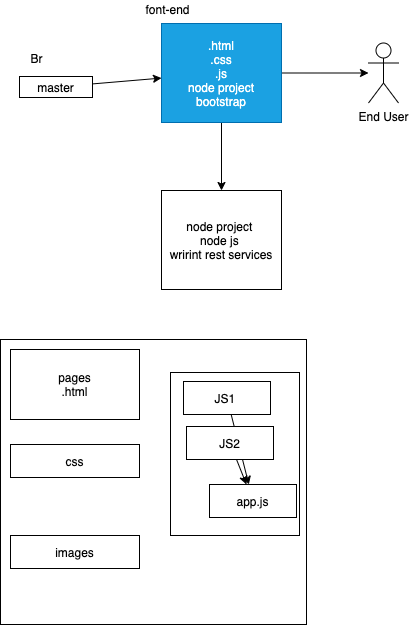
Earlier version of the draw.io export images/day2.drawio.png (adithnaveen/sapient-freshers-nodejs-dec-2021). Source tidied: cells renumbered, new cells last; positions are measured from the earlier drawing's top-left corner, leaving out a move shared by most shapes. Source of this version:
```xml
<mxGraphModel>
  <root>
    <mxCell id="0" />
    <mxCell id="1" parent="0" />
    <mxCell id="2" style="edgeStyle=none;html=1;" parent="1" edge="1" source="3" target="6">
      <mxGeometry relative="1" as="geometry" />
    </mxCell>
    <mxCell id="3" value="master" style="rounded=0;whiteSpace=wrap;html=1;" parent="1" vertex="1">
      <mxGeometry x="19" y="76" width="73" height="21" as="geometry" />
    </mxCell>
    <mxCell id="4" style="edgeStyle=none;html=1;" parent="1" edge="1" source="6" target="10">
      <mxGeometry relative="1" as="geometry" />
    </mxCell>
    <mxCell id="5" style="edgeStyle=none;html=1;entryX=0.5;entryY=0;entryDx=0;entryDy=0;" parent="1" edge="1" source="6" target="8">
      <mxGeometry relative="1" as="geometry" />
    </mxCell>
    <mxCell id="6" value=".html&lt;br&gt;.css&lt;br&gt;.js&lt;br&gt;node project&lt;br&gt;bootstrap" style="rounded=0;whiteSpace=wrap;html=1;fillColor=#1ba1e2;strokeColor=#006EAF;fontColor=#ffffff;" parent="1" vertex="1">
      <mxGeometry x="161" y="23" width="120" height="99" as="geometry" />
    </mxCell>
    <mxCell id="7" value="Br" style="text;html=1;align=center;verticalAlign=middle;strokeColor=none;" parent="1" vertex="1">
      <mxGeometry x="25" y="49" width="22" height="18" as="geometry" />
    </mxCell>
    <mxCell id="8" value="node project&amp;nbsp;&lt;br&gt;node js&amp;nbsp;&lt;br&gt;wrirint rest services" style="rounded=0;whiteSpace=wrap;html=1;" parent="1" vertex="1">
      <mxGeometry x="161" y="190" width="120" height="99" as="geometry" />
    </mxCell>
    <mxCell id="9" value="font-end" style="text;html=1;align=center;verticalAlign=middle;strokeColor=none;" parent="1" vertex="1">
      <mxGeometry x="140" width="54" height="18" as="geometry" />
    </mxCell>
    <mxCell id="10" value="End User" style="shape=umlActor;verticalLabelPosition=bottom;verticalAlign=top;html=1;outlineConnect=0;" parent="1" vertex="1">
      <mxGeometry x="368" y="42.5" width="30" height="60" as="geometry" />
    </mxCell>
    <mxCell id="11" style="rounded=0;whiteSpace=wrap;html=1;" parent="1" vertex="1">
      <mxGeometry y="339" width="306" height="285" as="geometry" />
    </mxCell>
    <mxCell id="12" value="pages&lt;br&gt;.html" style="rounded=0;whiteSpace=wrap;html=1;" parent="1" vertex="1">
      <mxGeometry x="10" y="349" width="129" height="70" as="geometry" />
    </mxCell>
    <mxCell id="13" value="css" style="rounded=0;whiteSpace=wrap;html=1;" parent="1" vertex="1">
      <mxGeometry x="10" y="444" width="129" height="33" as="geometry" />
    </mxCell>
    <mxCell id="14" style="rounded=0;whiteSpace=wrap;html=1;" parent="1" vertex="1">
      <mxGeometry x="170" y="372" width="129" height="163" as="geometry" />
    </mxCell>
    <mxCell id="15" value="images" style="rounded=0;whiteSpace=wrap;html=1;" parent="1" vertex="1">
      <mxGeometry x="10" y="535" width="129" height="33" as="geometry" />
    </mxCell>
    <mxCell id="16" style="edgeStyle=none;html=1;" parent="1" edge="1" source="17" target="20">
      <mxGeometry relative="1" as="geometry" />
    </mxCell>
    <mxCell id="17" value="JS1&amp;nbsp;" style="rounded=0;whiteSpace=wrap;html=1;" parent="1" vertex="1">
      <mxGeometry x="183" y="381" width="87" height="33" as="geometry" />
    </mxCell>
    <mxCell id="18" style="edgeStyle=none;html=1;" parent="1" edge="1" source="19" target="20">
      <mxGeometry relative="1" as="geometry" />
    </mxCell>
    <mxCell id="19" value="JS2" style="rounded=0;whiteSpace=wrap;html=1;" parent="1" vertex="1">
      <mxGeometry x="186" y="426" width="87" height="33" as="geometry" />
    </mxCell>
    <mxCell id="20" value="app.js" style="rounded=0;whiteSpace=wrap;html=1;" parent="1" vertex="1">
      <mxGeometry x="209" y="484" width="87" height="33" as="geometry" />
    </mxCell>
  </root>
</mxGraphModel>
```
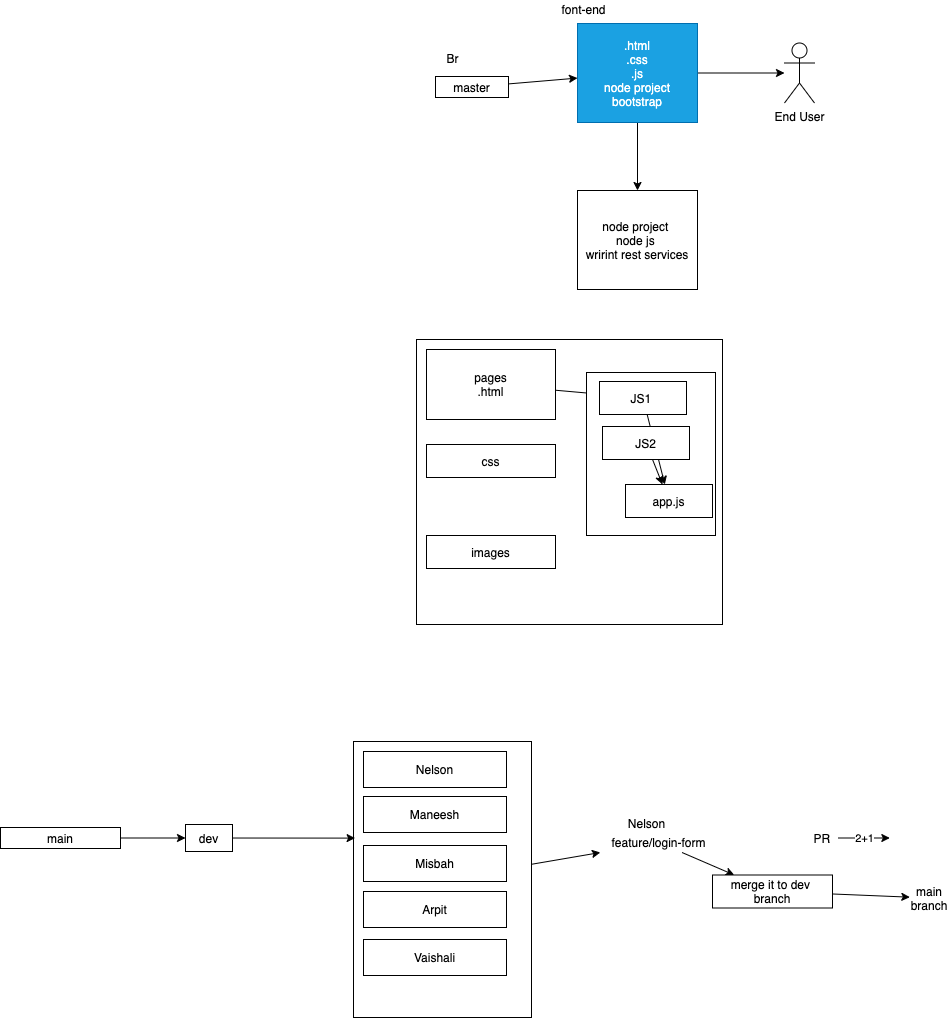
The same diagram one commit later.

Diff of the diagram source:
```diff
@@ -32,6 +32,9 @@
     <mxCell id="11" style="rounded=0;whiteSpace=wrap;html=1;" parent="1" vertex="1">
       <mxGeometry y="339" width="306" height="285" as="geometry" />
     </mxCell>
+    <mxCell id="21" style="edgeStyle=none;html=1;" parent="1" edge="1" source="12" target="17">
+      <mxGeometry relative="1" as="geometry" />
+    </mxCell>
     <mxCell id="12" value="pages&lt;br&gt;.html" style="rounded=0;whiteSpace=wrap;html=1;" parent="1" vertex="1">
       <mxGeometry x="10" y="349" width="129" height="70" as="geometry" />
     </mxCell>
@@ -59,5 +62,64 @@
     <mxCell id="20" value="app.js" style="rounded=0;whiteSpace=wrap;html=1;" parent="1" vertex="1">
       <mxGeometry x="209" y="484" width="87" height="33" as="geometry" />
     </mxCell>
+    <mxCell id="22" style="edgeStyle=none;html=1;" parent="1" edge="1" source="23" target="30">
+      <mxGeometry relative="1" as="geometry" />
+    </mxCell>
+    <mxCell id="23" style="rounded=0;whiteSpace=wrap;html=1;" parent="1" vertex="1">
+      <mxGeometry x="-63" y="741" width="178" height="276" as="geometry" />
+    </mxCell>
+    <mxCell id="24" value="Nelson" style="rounded=0;whiteSpace=wrap;html=1;" parent="1" vertex="1">
+      <mxGeometry x="-53" y="751" width="143" height="36" as="geometry" />
+    </mxCell>
+    <mxCell id="25" value="Maneesh" style="rounded=0;whiteSpace=wrap;html=1;" parent="1" vertex="1">
+      <mxGeometry x="-53" y="796" width="143" height="36" as="geometry" />
+    </mxCell>
+    <mxCell id="26" value="Misbah" style="rounded=0;whiteSpace=wrap;html=1;" parent="1" vertex="1">
+      <mxGeometry x="-53" y="845" width="143" height="36" as="geometry" />
+    </mxCell>
+    <mxCell id="27" value="Arpit" style="rounded=0;whiteSpace=wrap;html=1;" parent="1" vertex="1">
+      <mxGeometry x="-53" y="891" width="143" height="36" as="geometry" />
+    </mxCell>
+    <mxCell id="28" value="Vaishali" style="rounded=0;whiteSpace=wrap;html=1;" parent="1" vertex="1">
+      <mxGeometry x="-53" y="939" width="143" height="36" as="geometry" />
+    </mxCell>
+    <mxCell id="29" style="edgeStyle=none;html=1;" parent="1" edge="1" source="30" target="33">
+      <mxGeometry relative="1" as="geometry" />
+    </mxCell>
+    <mxCell id="30" value="feature/login-form" style="text;html=1;strokeColor=none;fillColor=none;align=center;verticalAlign=middle;whiteSpace=wrap;rounded=0;" parent="1" vertex="1">
+      <mxGeometry x="174.7" y="832" width="135.3" height="20" as="geometry" />
+    </mxCell>
+    <mxCell id="31" value="Nelson" style="text;html=1;align=center;verticalAlign=middle;strokeColor=none;" parent="1" vertex="1">
+      <mxGeometry x="206" y="814" width="47" height="18" as="geometry" />
+    </mxCell>
+    <mxCell id="32" style="edgeStyle=none;html=1;" parent="1" edge="1" source="33" target="38">
+      <mxGeometry relative="1" as="geometry" />
+    </mxCell>
+    <mxCell id="33" value="merge it to dev&amp;nbsp;&lt;br&gt;branch" style="rounded=0;whiteSpace=wrap;html=1;" parent="1" vertex="1">
+      <mxGeometry x="296" y="874.5" width="120" height="33" as="geometry" />
+    </mxCell>
+    <mxCell id="34" style="edgeStyle=none;html=1;" parent="1" edge="1" source="35" target="37">
+      <mxGeometry relative="1" as="geometry" />
+    </mxCell>
+    <mxCell id="35" value="main" style="rounded=0;whiteSpace=wrap;html=1;" parent="1" vertex="1">
+      <mxGeometry x="-416" y="827" width="120" height="21" as="geometry" />
+    </mxCell>
+    <mxCell id="36" style="edgeStyle=none;html=1;entryX=0.009;entryY=0.35;entryDx=0;entryDy=0;entryPerimeter=0;" parent="1" edge="1" source="37" target="23">
+      <mxGeometry relative="1" as="geometry" />
+    </mxCell>
+    <mxCell id="37" value="dev" style="rounded=0;whiteSpace=wrap;html=1;" parent="1" vertex="1">
+      <mxGeometry x="-231" y="824" width="47" height="27" as="geometry" />
+    </mxCell>
+    <mxCell id="38" value="main branch" style="text;html=1;strokeColor=none;fillColor=none;align=center;verticalAlign=middle;whiteSpace=wrap;rounded=0;" parent="1" vertex="1">
+      <mxGeometry x="493.3" y="887.5" width="40" height="20" as="geometry" />
+    </mxCell>
+    <mxCell id="39" value="2+1" style="edgeStyle=none;html=1;" parent="1" edge="1" source="40">
+      <mxGeometry relative="1" as="geometry">
+        <mxPoint x="473.3" y="837.5" as="targetPoint" />
+      </mxGeometry>
+    </mxCell>
+    <mxCell id="40" value="PR&amp;nbsp;" style="text;html=1;align=center;verticalAlign=middle;points=[];strokeColor=none;" parent="1" vertex="1">
+      <mxGeometry x="392" y="828.5" width="30" height="18" as="geometry" />
+    </mxCell>
   </root>
 </mxGraphModel>
```
